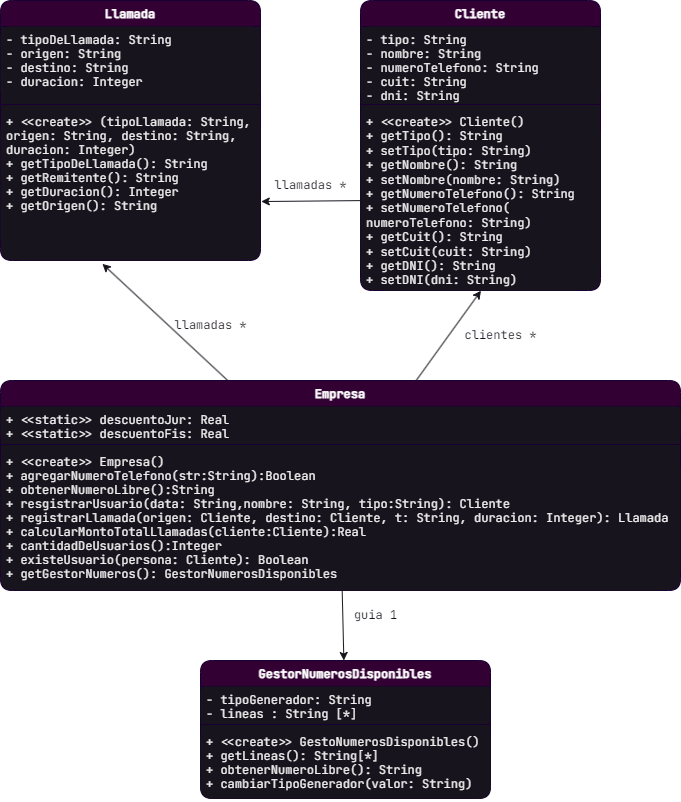
The draw.io diagram Objetos2/Refactoring/Ejercicio 2 -/ejercicio_refactoring/uml.png in Kelisei/3er-anio-unlp, before a commit. Source tidied: cells renumbered, new cells last; positions are measured from the earlier drawing's top-left corner, leaving out a move shared by most shapes.
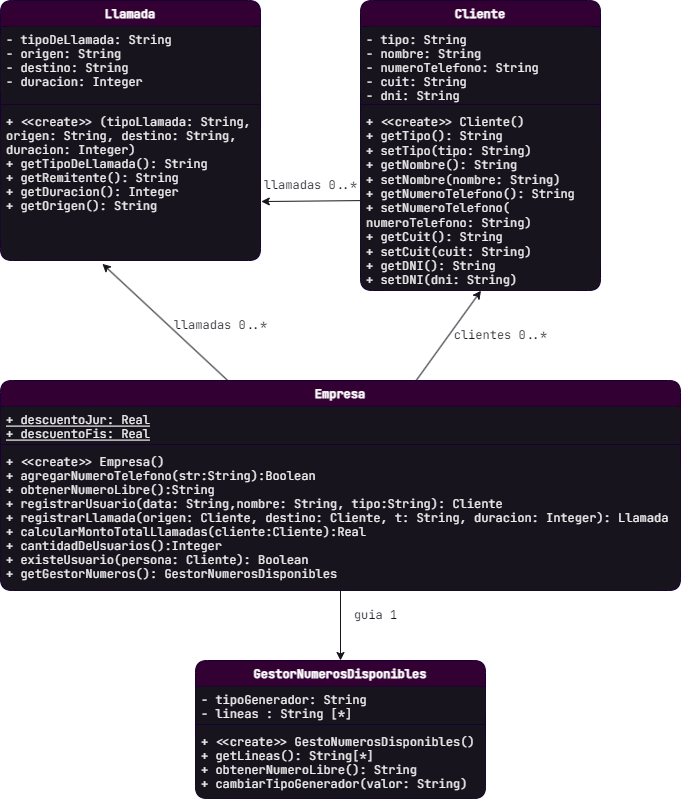
Above is the later version.

The edit, as a diff of the source:
```diff
@@ -1,9 +1,9 @@
-<mxGraphModel>
+<mxGraphModel background="#ffffff">
   <root>
     <mxCell id="0" />
     <mxCell id="1" parent="0" />
     <mxCell id="2" value="GestorNumerosDisponibles" style="swimlane;fontStyle=1;align=center;verticalAlign=top;horizontal=1;startSize=26;fontFamily=JetBrains Mono;fontSource=https%3A%2F%2Ffonts.googleapis.com%2Fcss%3Ffamily%3DJetBrains%2BMono;swimlaneFillColor=#18141D;fillColor=#330033;fontColor=#ffffff;strokeColor=#190033;rounded=1;" parent="1" vertex="1">
-      <mxGeometry x="200" y="660" width="290" height="138" as="geometry" />
+      <mxGeometry x="195" y="660" width="290" height="138" as="geometry" />
     </mxCell>
     <mxCell id="3" value="- tipoGenerador: String&#10;- lineas : String [*]" style="text;strokeColor=none;fillColor=#18141D;align=left;verticalAlign=top;spacingLeft=4;spacingRight=4;overflow=hidden;fontFamily=JetBrains Mono;fontSource=https%3A%2F%2Ffonts.googleapis.com%2Fcss%3Ffamily%3DJetBrains%2BMono;rounded=1;fontColor=#F0F0F0;" parent="2" vertex="1">
       <mxGeometry y="26" width="290" height="34" as="geometry" />
@@ -47,29 +47,29 @@
     <mxCell id="16" value="Empresa" style="swimlane;fontStyle=1;align=center;verticalAlign=top;horizontal=1;startSize=26;fontFamily=JetBrains Mono;fontSource=https%3A%2F%2Ffonts.googleapis.com%2Fcss%3Ffamily%3DJetBrains%2BMono;swimlaneFillColor=#18141D;fillColor=#330033;fontColor=#FFFFFF;strokeColor=#190033;rounded=1;" parent="1" vertex="1">
       <mxGeometry y="380" width="680" height="210" as="geometry" />
     </mxCell>
-    <mxCell id="17" value="+ &lt;&lt;static&gt;&gt; descuentoJur: Real&#10;+ &lt;&lt;static&gt;&gt; descuentoFis: Real&#10;" style="text;strokeColor=none;fillColor=#18141D;align=left;verticalAlign=top;spacingLeft=4;spacingRight=4;overflow=hidden;fontFamily=JetBrains Mono;fontSource=https%3A%2F%2Ffonts.googleapis.com%2Fcss%3Ffamily%3DJetBrains%2BMono;rounded=1;fontColor=#F0F0F0;" parent="16" vertex="1">
+    <mxCell id="17" value="+ descuentoJur: Real&#10;+ descuentoFis: Real" style="text;strokeColor=none;fillColor=#18141D;align=left;verticalAlign=top;spacingLeft=4;spacingRight=4;overflow=hidden;fontFamily=JetBrains Mono;fontSource=https%3A%2F%2Ffonts.googleapis.com%2Fcss%3Ffamily%3DJetBrains%2BMono;rounded=1;fontColor=#F0F0F0;fontStyle=4;" parent="16" vertex="1">
       <mxGeometry y="26" width="680" height="34" as="geometry" />
     </mxCell>
     <mxCell id="18" style="line;strokeWidth=1;fillColor=none;align=left;verticalAlign=middle;spacingTop=-1;spacingLeft=3;spacingRight=3;labelPosition=right;strokeColor=inherit;fontFamily=JetBrains Mono;fontSource=https%3A%2F%2Ffonts.googleapis.com%2Fcss%3Ffamily%3DJetBrains%2BMono;rounded=1;" parent="16" vertex="1">
       <mxGeometry y="60" width="680" height="8" as="geometry" />
     </mxCell>
-    <mxCell id="19" value="+ &lt;&lt;create&gt;&gt; Empresa()&#10;+ agregarNumeroTelefono(str:String):Boolean&#10;+ obtenerNumeroLibre():String&#10;+ resgistrarUsuario(data: String,nombre: String, tipo:String): Cliente&#10;+ registrarLlamada(origen: Cliente, destino: Cliente, t: String, duracion: Integer): Llamada&#10;+ calcularMontoTotalLlamadas(cliente:Cliente):Real&#10;+ cantidadDeUsuarios():Integer&#10;+ existeUsuario(persona: Cliente): Boolean&#10;+ getGestorNumeros(): GestorNumerosDisponibles" style="text;strokeColor=none;fillColor=#18141D;align=left;verticalAlign=top;spacingLeft=4;spacingRight=4;overflow=hidden;points=[[0,0.5],[1,0.5]];portConstraint=eastwest;fontFamily=JetBrains Mono;fontSource=https%3A%2F%2Ffonts.googleapis.com%2Fcss%3Ffamily%3DJetBrains%2BMono;rounded=1;shadow=0;glass=0;fontColor=#F0F0F0;" parent="16" vertex="1">
+    <mxCell id="19" value="+ &lt;&lt;create&gt;&gt; Empresa()&#10;+ agregarNumeroTelefono(str:String):Boolean&#10;+ obtenerNumeroLibre():String&#10;+ registrarUsuario(data: String,nombre: String, tipo:String): Cliente&#10;+ registrarLlamada(origen: Cliente, destino: Cliente, t: String, duracion: Integer): Llamada&#10;+ calcularMontoTotalLlamadas(cliente:Cliente):Real&#10;+ cantidadDeUsuarios():Integer&#10;+ existeUsuario(persona: Cliente): Boolean&#10;+ getGestorNumeros(): GestorNumerosDisponibles" style="text;strokeColor=none;fillColor=#18141D;align=left;verticalAlign=top;spacingLeft=4;spacingRight=4;overflow=hidden;points=[[0,0.5],[1,0.5]];portConstraint=eastwest;fontFamily=JetBrains Mono;fontSource=https%3A%2F%2Ffonts.googleapis.com%2Fcss%3Ffamily%3DJetBrains%2BMono;rounded=1;shadow=0;glass=0;fontColor=#F0F0F0;" parent="16" vertex="1">
       <mxGeometry y="68" width="680" height="142" as="geometry" />
     </mxCell>
-    <mxCell id="20" value="llamadas *" style="text;html=1;align=center;verticalAlign=middle;strokeColor=none;fillColor=none;fontFamily=JetBrains Mono;fontColor=#18141D;fontSource=https%3A%2F%2Ffonts.googleapis.com%2Fcss%3Ffamily%3DJetBrains%2BMono;rounded=1;" parent="1" vertex="1">
-      <mxGeometry x="260" y="170" width="100" height="30" as="geometry" />
+    <mxCell id="20" value="llamadas 0..*" style="text;html=1;align=center;verticalAlign=middle;strokeColor=none;fillColor=none;fontFamily=JetBrains Mono;fontColor=#18141D;fontSource=https%3A%2F%2Ffonts.googleapis.com%2Fcss%3Ffamily%3DJetBrains%2BMono;rounded=1;" parent="1" vertex="1">
+      <mxGeometry x="250" y="170" width="120" height="30" as="geometry" />
     </mxCell>
     <mxCell id="21" style="edgeStyle=none;html=1;entryX=1.003;entryY=0.612;entryDx=0;entryDy=0;entryPerimeter=0;fontFamily=JetBrains Mono;fontSource=https%3A%2F%2Ffonts.googleapis.com%2Fcss%3Ffamily%3DJetBrains%2BMono;fontColor=#FFFFFF;labelBackgroundColor=#FFFFFF;rounded=1;strokeColor=#18141D;" parent="1" edge="1" source="13" target="9">
       <mxGeometry relative="1" as="geometry" />
     </mxCell>
-    <mxCell id="22" value="clientes *" style="text;html=1;align=center;verticalAlign=middle;strokeColor=none;fillColor=none;fontFamily=JetBrains Mono;fontColor=#18141D;fontSource=https%3A%2F%2Ffonts.googleapis.com%2Fcss%3Ffamily%3DJetBrains%2BMono;rounded=1;" parent="1" vertex="1">
-      <mxGeometry x="450" y="320" width="100" height="30" as="geometry" />
+    <mxCell id="22" value="clientes 0..*" style="text;html=1;align=center;verticalAlign=middle;strokeColor=none;fillColor=none;fontFamily=JetBrains Mono;fontColor=#18141D;fontSource=https%3A%2F%2Ffonts.googleapis.com%2Fcss%3Ffamily%3DJetBrains%2BMono;rounded=1;" parent="1" vertex="1">
+      <mxGeometry x="440" y="320" width="120" height="30" as="geometry" />
     </mxCell>
     <mxCell id="23" value="guia 1" style="text;html=1;align=center;verticalAlign=middle;strokeColor=none;fillColor=none;fontFamily=JetBrains Mono;fontColor=#18141D;fontSource=https%3A%2F%2Ffonts.googleapis.com%2Fcss%3Ffamily%3DJetBrains%2BMono;rounded=1;" parent="1" vertex="1">
       <mxGeometry x="340" y="600" width="70" height="30" as="geometry" />
     </mxCell>
-    <mxCell id="24" value="llamadas *" style="text;html=1;align=center;verticalAlign=middle;strokeColor=none;fillColor=none;fontFamily=JetBrains Mono;fontColor=#18141D;fontSource=https%3A%2F%2Ffonts.googleapis.com%2Fcss%3Ffamily%3DJetBrains%2BMono;rounded=1;labelBackgroundColor=none;" parent="1" vertex="1">
-      <mxGeometry x="160" y="310" width="100" height="30" as="geometry" />
+    <mxCell id="24" value="llamadas 0..*" style="text;html=1;align=center;verticalAlign=middle;strokeColor=none;fillColor=none;fontFamily=JetBrains Mono;fontColor=#18141D;fontSource=https%3A%2F%2Ffonts.googleapis.com%2Fcss%3Ffamily%3DJetBrains%2BMono;rounded=1;labelBackgroundColor=none;" parent="1" vertex="1">
+      <mxGeometry x="160" y="310" width="120" height="30" as="geometry" />
     </mxCell>
     <mxCell id="25" style="edgeStyle=none;html=1;labelBackgroundColor=#FFFFFF;strokeColor=#18141D;fontColor=#18141D;" parent="1" edge="1" source="19" target="2">
       <mxGeometry relative="1" as="geometry" />
```
